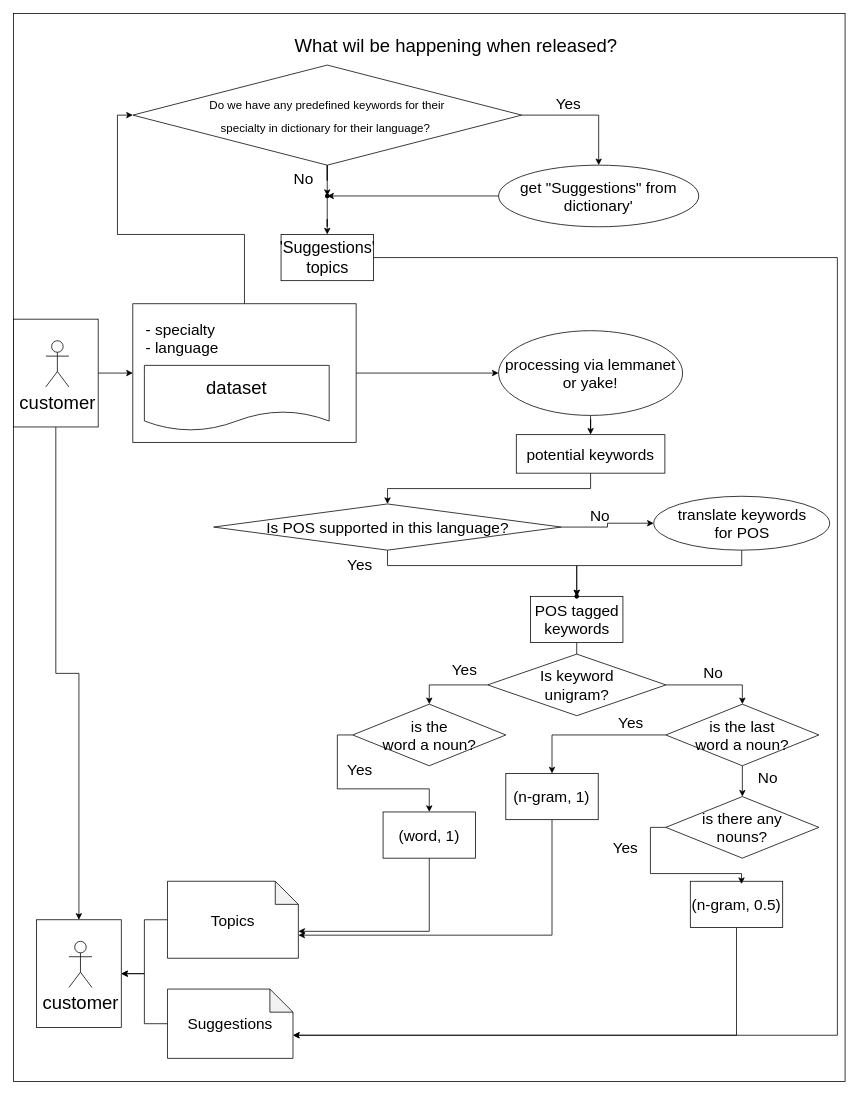
Earlier version of the draw.io diagram page "before selecting topics" (2 of 3) of Untitled Diagram.drawio (yuliia-shevchenko137/yuliia-shevchenko137). Source tidied: cells renumbered, new cells numbered last; positions are measured from the earlier drawing's top-left corner, leaving out a move shared by most shapes. Both pictures are drawn from the tidied source at 77%, with x=0, y=0 at pixel (13, 13).
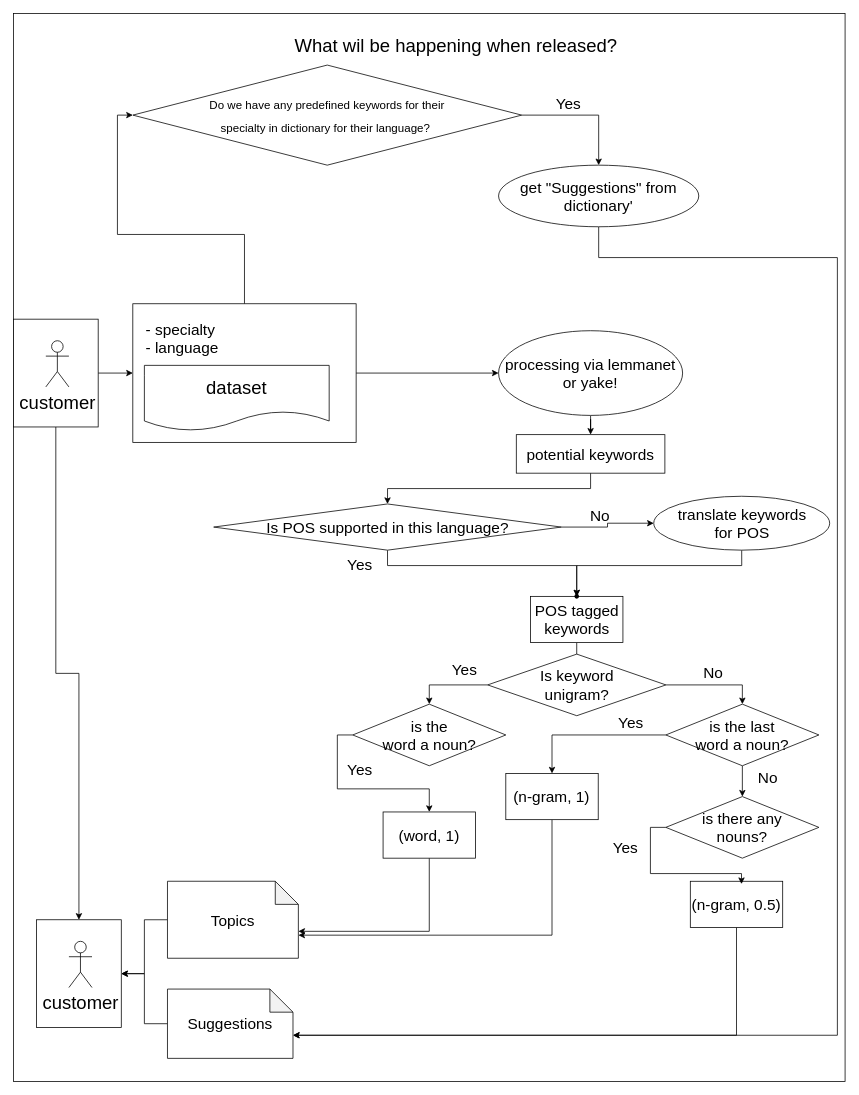
Above is the later version.

The change refers to these unchanged cells:
```xml
<mxCell id="8" value="&lt;font style=&quot;font-size: 15px;&quot;&gt;&lt;br&gt;Do we have any predefined keywords for their &lt;br&gt;specialty in dictionary for their language?&amp;nbsp;&lt;/font&gt;" style="rhombus;whiteSpace=wrap;html=1;fontSize=24;verticalAlign=top;" parent="1" vertex="1">
  <mxGeometry x="155" y="67" width="505" height="130" as="geometry" />
</mxCell>
<mxCell id="12" value="get &quot;Suggestions&quot; from dictionary'" style="ellipse;whiteSpace=wrap;html=1;fontSize=20;" parent="1" vertex="1">
  <mxGeometry x="630" y="197" width="260" height="80" as="geometry" />
</mxCell>
<mxCell id="59" value="Suggestions" style="shape=note;whiteSpace=wrap;html=1;backgroundOutline=1;darkOpacity=0.05;fontSize=20;" parent="1" vertex="1">
  <mxGeometry x="200" y="1267" width="163" height="90" as="geometry" />
</mxCell>
```

Change to the diagram source:
```diff
@@
-    <mxCell id="7" style="edgeStyle=orthogonalEdgeStyle;rounded=0;jettySize=auto;html=1;exitX=0.5;exitY=1;exitDx=0;exitDy=0;entryX=0.6;entryY=0.4;entryDx=0;entryDy=0;entryPerimeter=0;fontSize=20;" parent="1" edge="1" source="8" target="43">
-      <mxGeometry relative="1" as="geometry" />
-    </mxCell>
@@
-    <mxCell id="9" style="edgeStyle=orthogonalEdgeStyle;rounded=0;jettySize=auto;html=1;exitX=1;exitY=0.5;exitDx=0;exitDy=0;fontSize=20;entryX=0;entryY=0;entryDx=163;entryDy=60;entryPerimeter=0;" parent="1" edge="1" source="10" target="59">
+    <mxCell id="9" style="edgeStyle=orthogonalEdgeStyle;rounded=0;jettySize=auto;html=1;exitX=0.5;exitY=1;exitDx=0;exitDy=0;fontSize=20;entryX=0;entryY=0;entryDx=163;entryDy=60;entryPerimeter=0;" parent="1" edge="1" source="12" target="59">
       <mxGeometry relative="1" as="geometry">
         <Array as="points">
+          <mxPoint x="760" y="317" />
           <mxPoint x="1070" y="317" />
           <mxPoint x="1070" y="1327" />
         </Array>
       </mxGeometry>
     </mxCell>
-    <mxCell id="10" value="'Suggestions' topics" style="rounded=0;whiteSpace=wrap;html=1;fontSize=21;" parent="1" vertex="1">
-      <mxGeometry x="347.5" y="287" width="120" height="60" as="geometry" />
-    </mxCell>
-    <mxCell id="11" style="edgeStyle=orthogonalEdgeStyle;rounded=0;jettySize=auto;html=1;exitX=0;exitY=0.5;exitDx=0;exitDy=0;fontSize=15;entryX=0.592;entryY=0.564;entryDx=0;entryDy=0;entryPerimeter=0;" parent="1" edge="1" source="12" target="43">
-      <mxGeometry relative="1" as="geometry" />
-    </mxCell>
@@
-    <mxCell id="14" value="No" style="text;html=1;strokeColor=none;fillColor=none;align=center;verticalAlign=middle;whiteSpace=wrap;rounded=0;fontSize=20;" parent="1" vertex="1">
-      <mxGeometry x="346.5" y="199" width="60" height="30" as="geometry" />
-    </mxCell>
@@
-    <mxCell id="42" style="edgeStyle=orthogonalEdgeStyle;rounded=0;jettySize=auto;html=1;fontSize=20;" parent="1" edge="1" source="43" target="10">
-      <mxGeometry relative="1" as="geometry" />
-    </mxCell>
-    <mxCell id="43" style="shape=waypoint;sketch=0;size=6;points=[];fillColor=default;perimeter=centerPerimeter;snapToPoint=1;fontSize=20;" parent="1" vertex="1">
-      <mxGeometry x="387.5" y="217" width="40" height="40" as="geometry" />
-    </mxCell>
```
